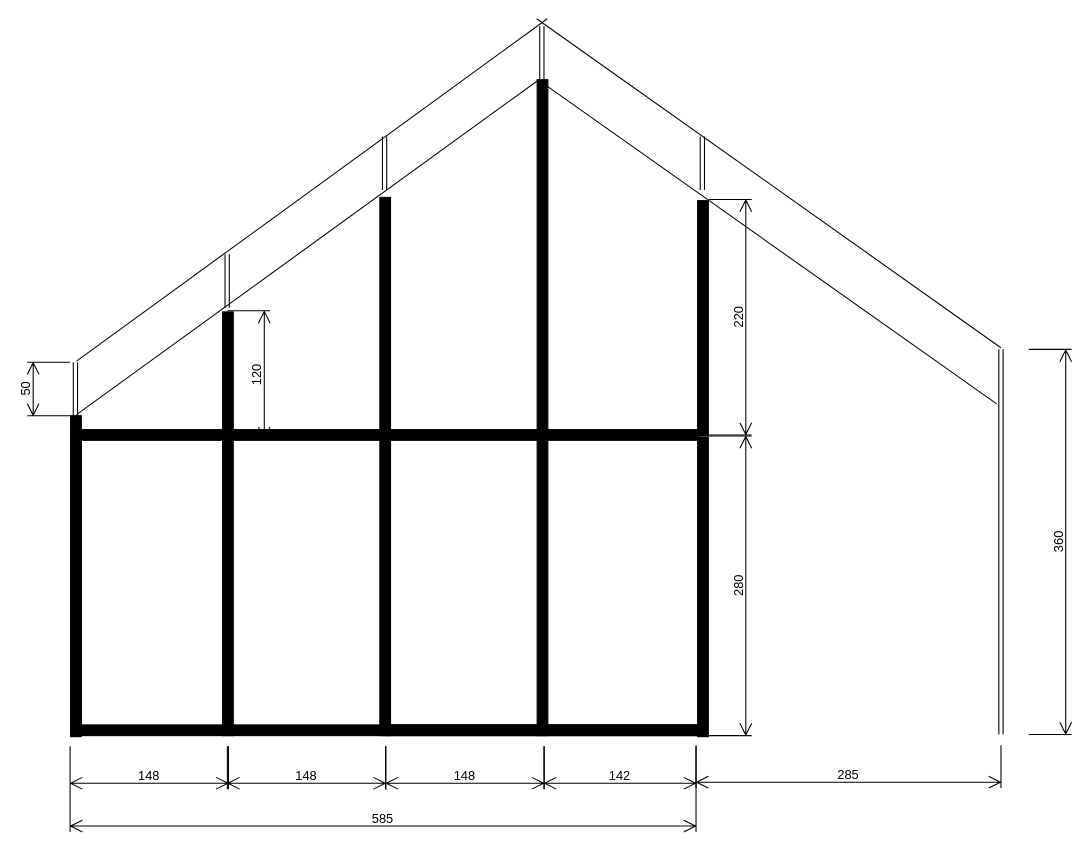
Earlier version of the draw.io diagram page "base" (1 of 6) of House.drawio (algimas/tmp). Source tidied: cells renumbered, new cells numbered last; positions are measured from the earlier drawing's top-left corner, leaving out a move shared by most shapes. Both pictures are drawn from the tidied source at 107%, with x=0, y=0 at pixel (27, 18).
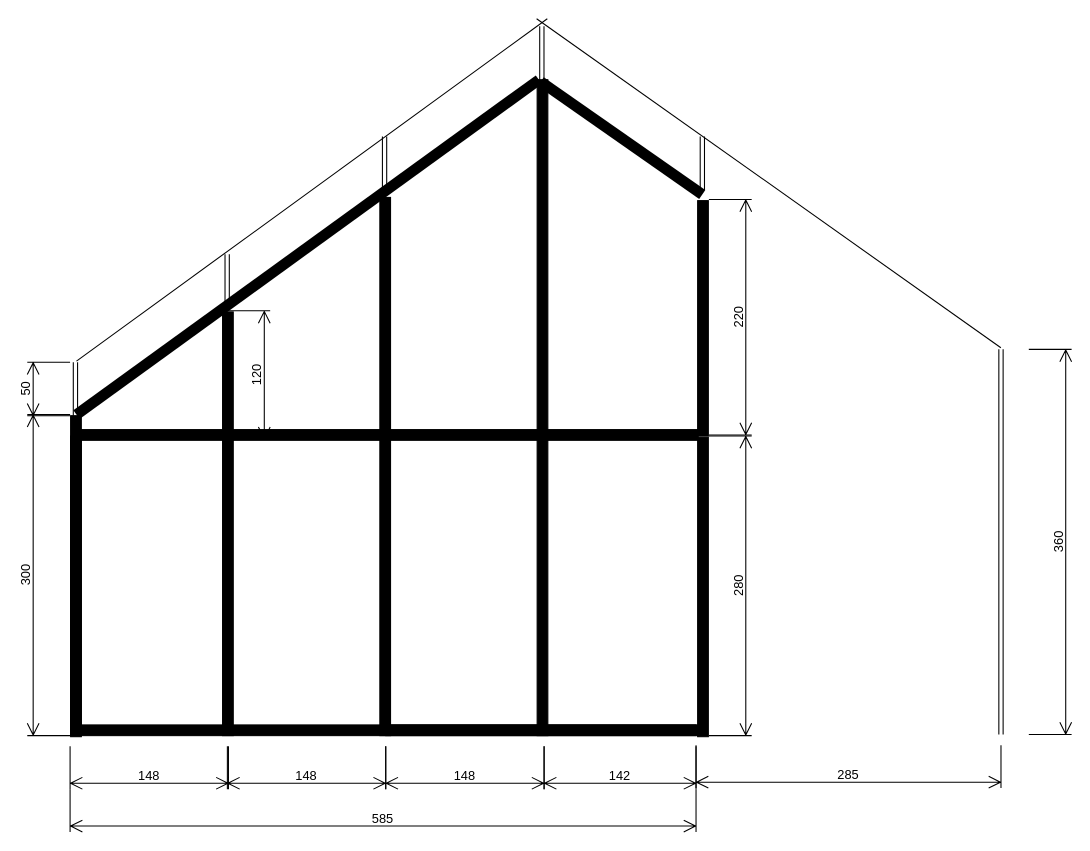
The same diagram, later.

Unchanged cells that the change refers to:
```xml
<mxCell id="3" style="verticalLabelPosition=bottom;html=1;verticalAlign=top;align=center;shape=mxgraph.floorplan.wall;fillColor=strokeColor;direction=south;" parent="1" vertex="1">
  <mxGeometry x="476" y="57" width="11" height="613" as="geometry" />
</mxCell>
<mxCell id="5" style="verticalLabelPosition=bottom;html=1;verticalAlign=top;align=center;shape=mxgraph.floorplan.wall;fillColor=strokeColor;direction=south;" parent="1" vertex="1">
  <mxGeometry x="626" y="170" width="11" height="220" as="geometry" />
</mxCell>
```

Change to the diagram source:
```diff
@@
-    <mxCell id="4" style="endArrow=none;html=1;rounded=0;entryX=0.003;entryY=0.649;entryDx=0;entryDy=0;entryPerimeter=0;exitX=0.139;exitY=1;exitDx=0;exitDy=0;exitPerimeter=0;" parent="1" edge="1" target="3">
-      <mxGeometry relative="1" as="geometry">
-        <mxPoint x="906" y="360" as="sourcePoint" />
-      </mxGeometry>
+    <mxCell id="4" style="endArrow=none;html=1;rounded=0;entryX=0.003;entryY=0.649;entryDx=0;entryDy=0;entryPerimeter=0;exitX=-0.026;exitY=0.561;exitDx=0;exitDy=0;exitPerimeter=0;strokeWidth=10;" parent="1" edge="1" source="5" target="3">
+      <mxGeometry relative="1" as="geometry" />
     </mxCell>
@@
-    <mxCell id="23" style="endArrow=none;html=1;rounded=0;entryX=0;entryY=0.802;entryDx=0;entryDy=0;entryPerimeter=0;" parent="1" edge="1" target="3">
+    <mxCell id="23" style="endArrow=none;html=1;rounded=0;entryX=0;entryY=0.802;entryDx=0;entryDy=0;entryPerimeter=0;strokeWidth=10;" parent="1" edge="1" target="3">
       <mxGeometry relative="1" as="geometry">
         <mxPoint x="46" y="370" as="sourcePoint" />
       </mxGeometry>
     </mxCell>
@@
+    <mxCell id="35" value="300" style="shape=dimension;direction=south;whiteSpace=wrap;html=1;align=center;verticalAlign=top;labelBackgroundColor=none;horizontal=0;spacingTop=-15;" parent="1" vertex="1">
+      <mxGeometry y="370" width="40" height="300" as="geometry" />
+    </mxCell>
```
